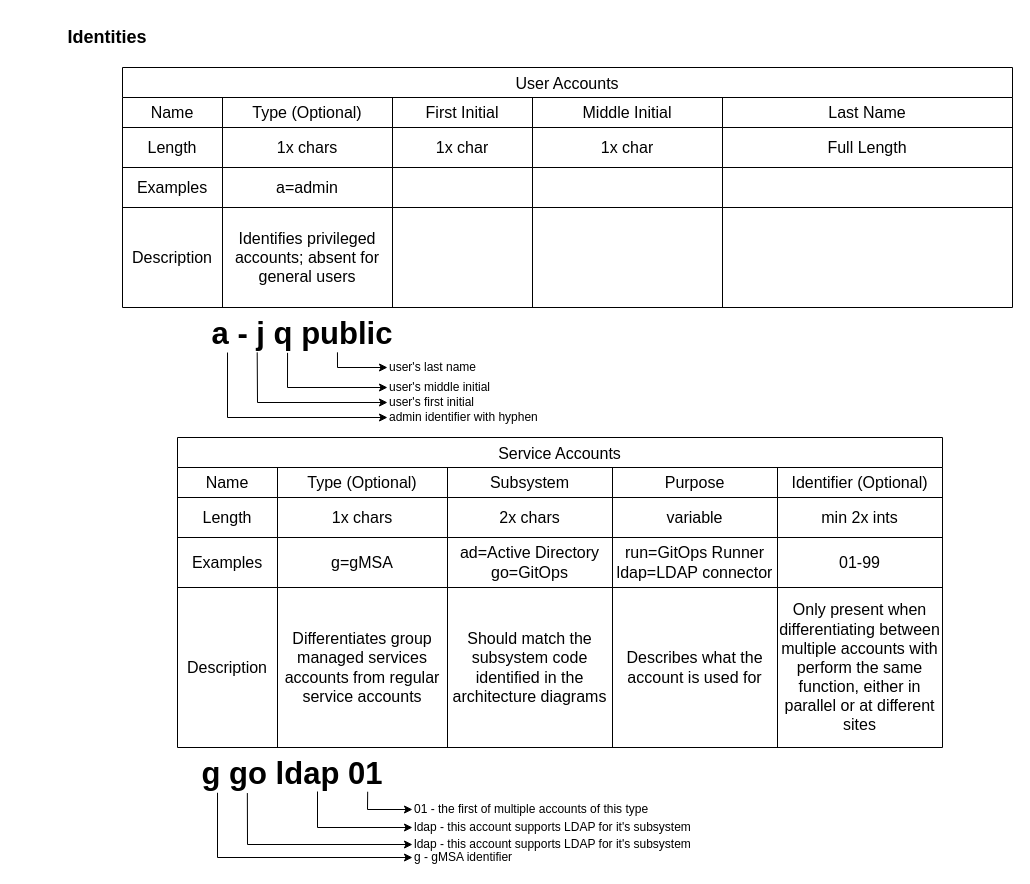
Before: page "Identities" (2 of 2) of diagrams/Naming Convention.drawio in integrateddefense/lab_infra, a draw.io diagram. Source tidied: cells renumbered, new cells numbered last; positions are measured from the earlier drawing's top-left corner, leaving out a move shared by most shapes. Both pictures are drawn from the tidied source at 100%, with x=0, y=0 at pixel (17, 17).
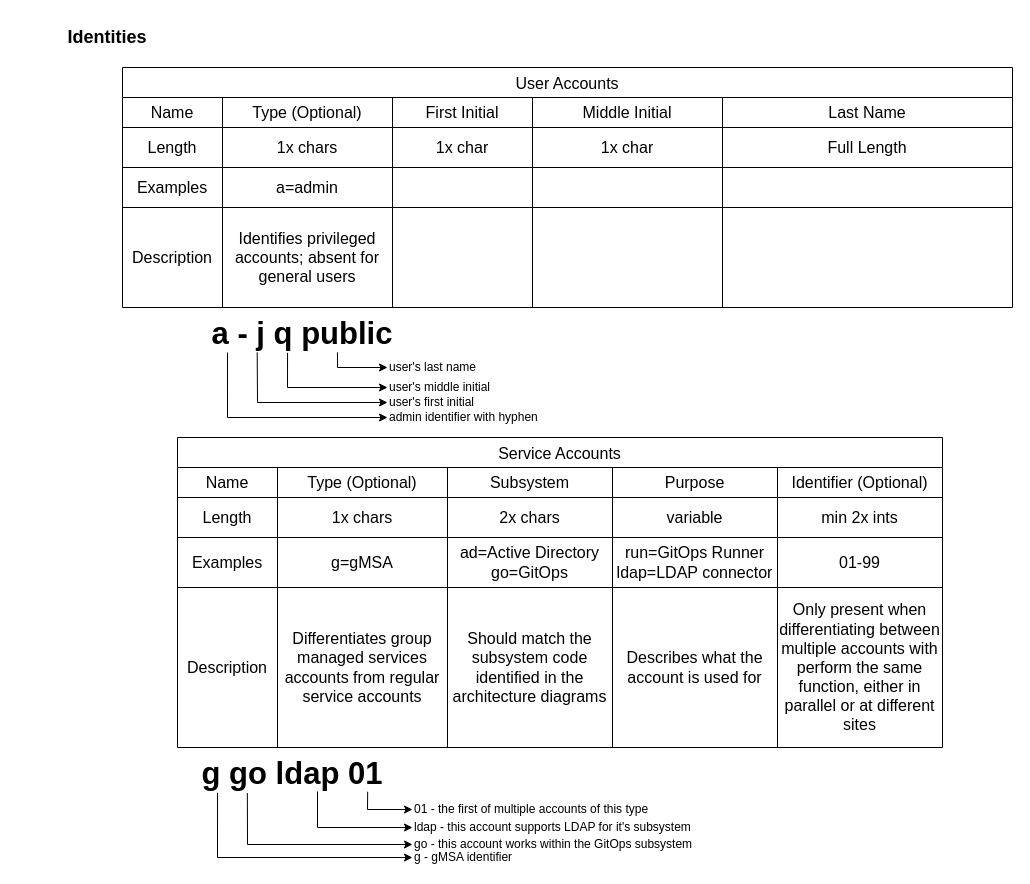
Above is the later version.

The edit, as a diff of the source:
```diff
@@
-    <mxCell id="67" value="ldap - this account supports LDAP for it's subsystem" style="text;html=1;align=left;verticalAlign=middle;whiteSpace=wrap;rounded=0;" parent="1" vertex="1">
+    <mxCell id="67" value="go - this account works within the GitOps subsystem" style="text;html=1;align=left;verticalAlign=middle;whiteSpace=wrap;rounded=0;" parent="1" vertex="1">
       <mxGeometry x="395" y="817" width="285" height="20" as="geometry" />
     </mxCell>
```
